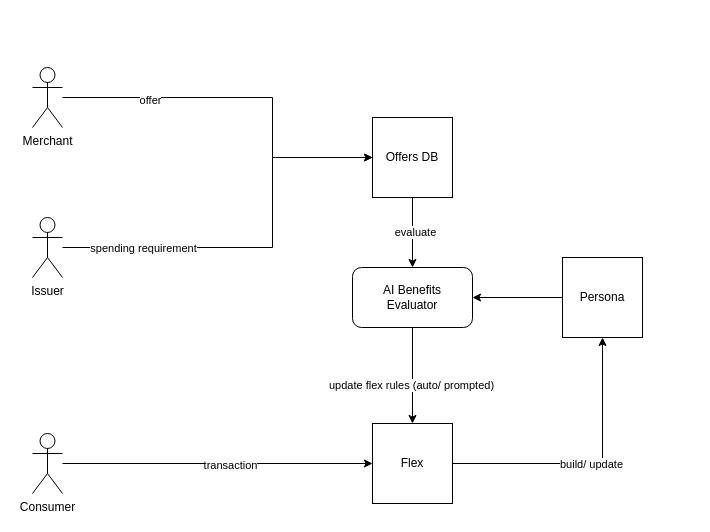
The draw.io diagram ai-benefits-maximizer.drawio in maheshsingapore/about, before the edit. Source tidied: cells renumbered, new cells numbered last; positions are measured from the earlier drawing's top-left corner, leaving out a move shared by most shapes. Both pictures are drawn from the tidied source at 100%, with x=0, y=0 at pixel (32, 67).
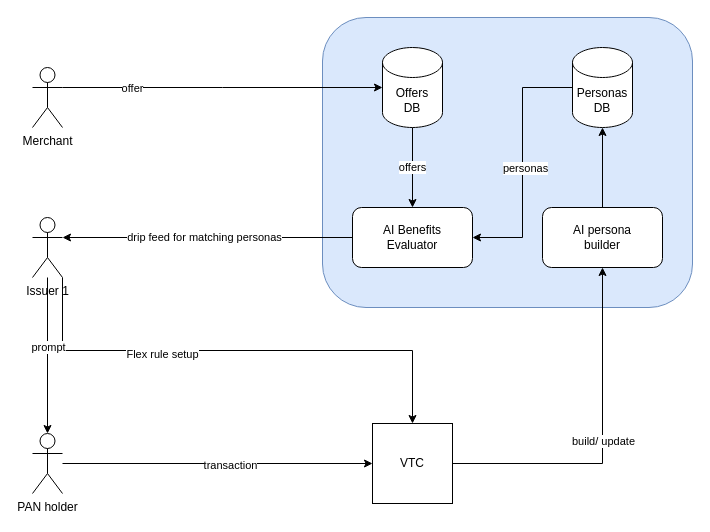
The same page after the edit.

Unchanged cells that the change refers to:
```xml
<mxCell id="12" value="Merchant" style="shape=umlActor;verticalLabelPosition=bottom;verticalAlign=top;html=1;outlineConnect=0;" parent="1" vertex="1">
  <mxGeometry width="30" height="60" as="geometry" />
</mxCell>
```

The edit, as a diff of the source:
```diff
@@
-    <mxCell id="2" style="edgeStyle=orthogonalEdgeStyle;rounded=0;jettySize=auto;html=1;entryX=1;entryY=0.5;entryDx=0;entryDy=0;" parent="1" edge="1" source="3" target="18">
-      <mxGeometry relative="1" as="geometry" />
-    </mxCell>
-    <mxCell id="3" value="Persona" style="whiteSpace=wrap;html=1;" parent="1" vertex="1">
-      <mxGeometry x="530" y="190" width="80" height="80" as="geometry" />
-    </mxCell>
-    <mxCell id="4" style="edgeStyle=orthogonalEdgeStyle;rounded=0;jettySize=auto;html=1;exitX=0.5;exitY=1;exitDx=0;exitDy=0;entryX=0.5;entryY=0;entryDx=0;entryDy=0;" parent="1" edge="1" source="6" target="18">
-      <mxGeometry relative="1" as="geometry" />
-    </mxCell>
-    <mxCell id="5" value="evaluate" style="edgeLabel;html=1;align=center;verticalAlign=middle;" parent="4" vertex="1">
-      <mxGeometry x="-0.03" y="2" relative="1" as="geometry" />
-    </mxCell>
-    <mxCell id="6" value="Offers DB" style="whiteSpace=wrap;html=1;" parent="1" vertex="1">
-      <mxGeometry x="340" y="50" width="80" height="80" as="geometry" />
-    </mxCell>
+    <mxCell id="22" style="rounded=1;whiteSpace=wrap;html=1;fillColor=#dae8fc;strokeColor=#6c8ebf;align=left;labelPosition=right;verticalLabelPosition=middle;verticalAlign=middle;" parent="1" vertex="1">
+      <mxGeometry x="290" y="-50" width="370" height="290" as="geometry" />
+    </mxCell>
-    <mxCell id="7" style="edgeStyle=orthogonalEdgeStyle;rounded=0;jettySize=auto;html=1;entryX=0.5;entryY=1;entryDx=0;entryDy=0;" parent="1" edge="1" source="9" target="3">
+    <mxCell id="7" style="edgeStyle=orthogonalEdgeStyle;rounded=0;jettySize=auto;html=1;entryX=0.5;entryY=1;entryDx=0;entryDy=0;" parent="1" edge="1" source="9" target="34">
       <mxGeometry relative="1" as="geometry" />
     </mxCell>
@@
-    <mxCell id="9" value="Flex" style="whiteSpace=wrap;html=1;" parent="1" vertex="1">
+    <mxCell id="9" value="VTC" style="whiteSpace=wrap;html=1;" parent="1" vertex="1">
       <mxGeometry x="340" y="356" width="80" height="80" as="geometry" />
     </mxCell>
-    <mxCell id="10" style="edgeStyle=orthogonalEdgeStyle;rounded=0;jettySize=auto;html=1;entryX=0;entryY=0.5;entryDx=0;entryDy=0;" parent="1" edge="1" source="12" target="6">
-      <mxGeometry relative="1" as="geometry">
-        <Array as="points">
-          <mxPoint x="240" y="30" />
-          <mxPoint x="240" y="90" />
-        </Array>
-      </mxGeometry>
-    </mxCell>
+    <mxCell id="23" style="edgeStyle=orthogonalEdgeStyle;rounded=0;jettySize=auto;html=1;exitX=1;exitY=0.3333333333333333;exitDx=0;exitDy=0;exitPerimeter=0;" parent="1" edge="1" source="12">
+      <mxGeometry relative="1" as="geometry">
+        <mxPoint x="350" y="20" as="targetPoint" />
+      </mxGeometry>
+    </mxCell>
-    <mxCell id="11" value="offer" style="edgeLabel;html=1;align=center;verticalAlign=middle;" parent="10" vertex="1">
-      <mxGeometry x="-0.53" y="-2" relative="1" as="geometry" />
+    <mxCell id="11" value="offer" style="edgeLabel;html=1;align=center;verticalAlign=middle;" parent="23" vertex="1">
+      <mxGeometry x="-0.12" y="2" relative="1" as="geometry">
+        <mxPoint x="-72" y="2" as="offset" />
+      </mxGeometry>
     </mxCell>
@@
-    <mxCell id="15" value="Consumer" style="shape=umlActor;verticalLabelPosition=bottom;verticalAlign=top;html=1;outlineConnect=0;" parent="1" vertex="1">
+    <mxCell id="15" value="PAN holder" style="shape=umlActor;verticalLabelPosition=bottom;verticalAlign=top;html=1;outlineConnect=0;" parent="1" vertex="1">
       <mxGeometry y="366" width="30" height="60" as="geometry" />
     </mxCell>
-    <mxCell id="16" style="edgeStyle=orthogonalEdgeStyle;rounded=0;jettySize=auto;html=1;entryX=0.5;entryY=0;entryDx=0;entryDy=0;" parent="1" edge="1" source="18" target="9">
-      <mxGeometry relative="1" as="geometry" />
-    </mxCell>
-    <mxCell id="17" value="update flex rules (auto/ prompted)" style="edgeLabel;html=1;align=center;verticalAlign=middle;" parent="16" vertex="1">
-      <mxGeometry x="0.19" y="-2" relative="1" as="geometry" />
-    </mxCell>
     <mxCell id="18" value="AI Benefits &lt;br&gt;Evaluator" style="rounded=1;whiteSpace=wrap;html=1;" parent="1" vertex="1">
-      <mxGeometry x="320" y="200" width="120" height="60" as="geometry" />
+      <mxGeometry x="320" y="140" width="120" height="60" as="geometry" />
     </mxCell>
-    <mxCell id="19" style="edgeStyle=orthogonalEdgeStyle;rounded=0;jettySize=auto;html=1;entryX=0;entryY=0.5;entryDx=0;entryDy=0;" parent="1" edge="1" source="21" target="6">
-      <mxGeometry relative="1" as="geometry">
-        <Array as="points">
-          <mxPoint x="240" y="180" />
-          <mxPoint x="240" y="90" />
-        </Array>
-      </mxGeometry>
-    </mxCell>
-    <mxCell id="20" value="spending requirement" style="edgeLabel;html=1;align=center;verticalAlign=middle;" parent="19" vertex="1">
-      <mxGeometry x="-0.6" relative="1" as="geometry" />
-    </mxCell>
+    <mxCell id="24" style="edgeStyle=orthogonalEdgeStyle;rounded=0;jettySize=auto;html=1;exitX=1;exitY=1;exitDx=0;exitDy=0;exitPerimeter=0;entryX=0.5;entryY=0;entryDx=0;entryDy=0;" parent="1" edge="1" source="21" target="9">
+      <mxGeometry relative="1" as="geometry" />
+    </mxCell>
+    <mxCell id="25" value="Flex rule setup" style="edgeLabel;html=1;align=center;verticalAlign=middle;" parent="24" vertex="1">
+      <mxGeometry x="-0.22" y="-3" relative="1" as="geometry">
+        <mxPoint x="-21" as="offset" />
+      </mxGeometry>
+    </mxCell>
-    <mxCell id="21" value="Issuer" style="shape=umlActor;verticalLabelPosition=bottom;verticalAlign=top;html=1;outlineConnect=0;" parent="1" vertex="1">
+    <mxCell id="21" value="Issuer 1" style="shape=umlActor;verticalLabelPosition=bottom;verticalAlign=top;html=1;outlineConnect=0;" parent="1" vertex="1">
       <mxGeometry y="150" width="30" height="60" as="geometry" />
     </mxCell>
+    <mxCell id="26" style="edgeStyle=orthogonalEdgeStyle;rounded=0;jettySize=auto;html=1;exitX=0;exitY=0.5;exitDx=0;exitDy=0;entryX=1;entryY=0.3333333333333333;entryDx=0;entryDy=0;entryPerimeter=0;" parent="1" edge="1" source="18" target="21">
+      <mxGeometry relative="1" as="geometry" />
+    </mxCell>
+    <mxCell id="27" value="drip feed for matching personas" style="edgeLabel;html=1;align=center;verticalAlign=middle;" parent="26" vertex="1">
+      <mxGeometry x="0.03" y="-1" relative="1" as="geometry" />
+    </mxCell>
+    <mxCell id="28" style="edgeStyle=orthogonalEdgeStyle;rounded=0;jettySize=auto;html=1;entryX=0.5;entryY=0;entryDx=0;entryDy=0;entryPerimeter=0;" parent="1" edge="1" source="21" target="15">
+      <mxGeometry relative="1" as="geometry" />
+    </mxCell>
+    <mxCell id="29" value="prompt" style="edgeLabel;html=1;align=center;verticalAlign=middle;" parent="28" vertex="1">
+      <mxGeometry x="-0.12" relative="1" as="geometry" />
+    </mxCell>
+    <mxCell id="4" style="edgeStyle=orthogonalEdgeStyle;rounded=0;jettySize=auto;html=1;entryX=0.5;entryY=0;entryDx=0;entryDy=0;" parent="1" edge="1" source="6" target="18">
+      <mxGeometry relative="1" as="geometry" />
+    </mxCell>
+    <mxCell id="30" value="offers" style="edgeLabel;html=1;align=center;verticalAlign=middle;" parent="4" vertex="1">
+      <mxGeometry x="-0.03" y="-1" relative="1" as="geometry" />
+    </mxCell>
+    <mxCell id="6" value="Offers&lt;br&gt;DB" style="shape=cylinder3;whiteSpace=wrap;html=1;boundedLbl=1;backgroundOutline=1;size=15;" parent="1" vertex="1">
+      <mxGeometry x="350" y="-20" width="60" height="80" as="geometry" />
+    </mxCell>
+    <mxCell id="31" style="edgeStyle=orthogonalEdgeStyle;rounded=0;jettySize=auto;html=1;exitX=0;exitY=0.5;exitDx=0;exitDy=0;exitPerimeter=0;entryX=1;entryY=0.5;entryDx=0;entryDy=0;" parent="1" edge="1" source="33" target="18">
+      <mxGeometry relative="1" as="geometry" />
+    </mxCell>
+    <mxCell id="32" value="personas" style="edgeLabel;html=1;align=center;verticalAlign=middle;" parent="31" vertex="1">
+      <mxGeometry x="0.04" y="2" relative="1" as="geometry" />
+    </mxCell>
+    <mxCell id="33" value="Personas DB" style="shape=cylinder3;whiteSpace=wrap;html=1;boundedLbl=1;backgroundOutline=1;size=15;" parent="1" vertex="1">
+      <mxGeometry x="540" y="-20" width="60" height="80" as="geometry" />
+    </mxCell>
+    <mxCell id="34" value="AI persona &lt;br&gt;builder" style="rounded=1;whiteSpace=wrap;html=1;" parent="1" vertex="1">
+      <mxGeometry x="510" y="140" width="120" height="60" as="geometry" />
+    </mxCell>
+    <mxCell id="35" style="edgeStyle=orthogonalEdgeStyle;rounded=0;jettySize=auto;html=1;entryX=0.5;entryY=1;entryDx=0;entryDy=0;entryPerimeter=0;" parent="1" edge="1" source="34" target="33">
+      <mxGeometry relative="1" as="geometry" />
+    </mxCell>
```
